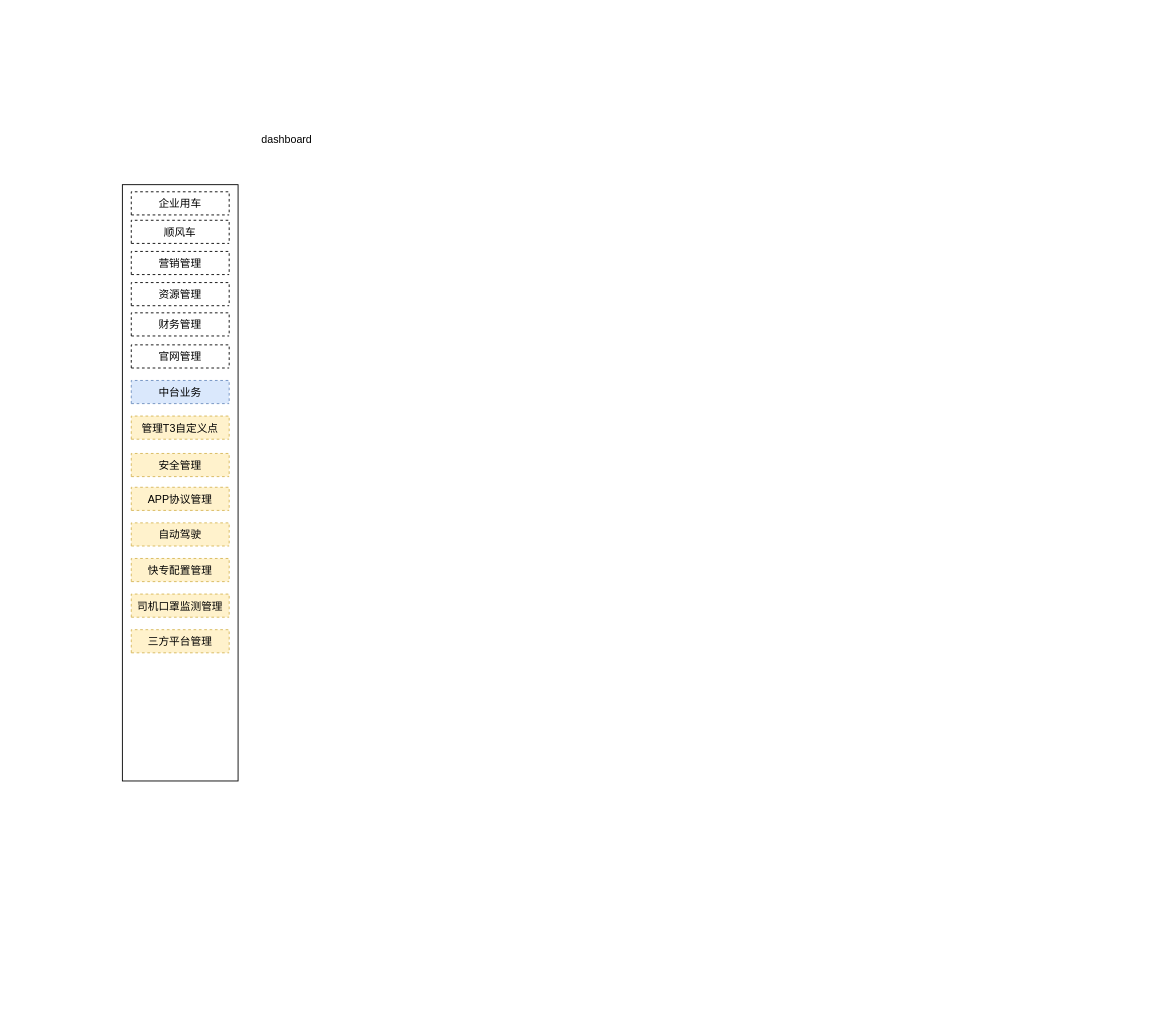
Above: micro-admin-menu.drawio in sfyr111/draw (draw.io), before the change. Source tidied: cells renumbered, new cells numbered last; positions are measured from the earlier drawing's top-left corner, leaving out a move shared by most shapes. Both pictures are drawn from the tidied source at 89%, with x=0, y=0 at pixel (122, 131).
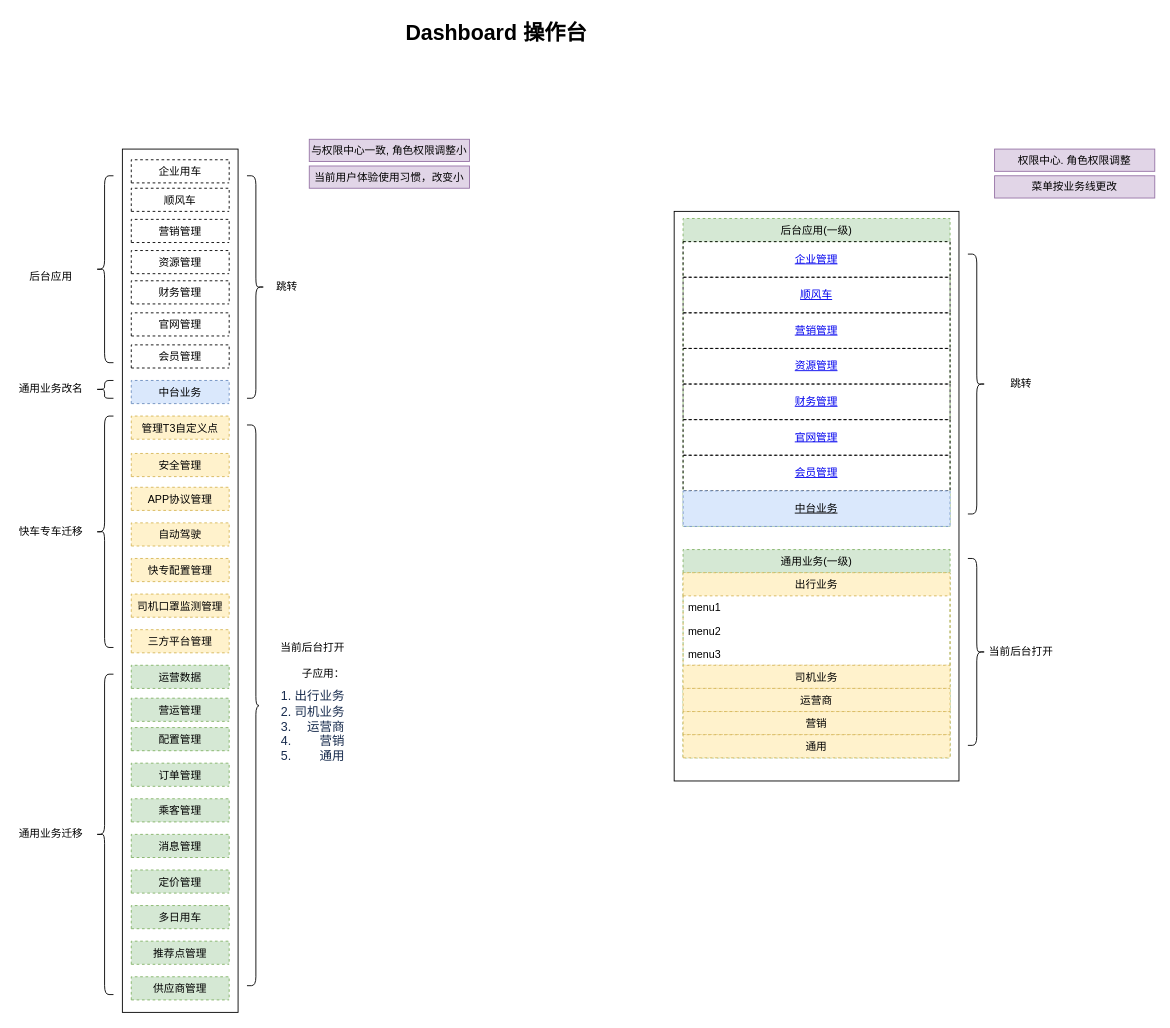
The same page after the edit.

Change to the diagram source:
```diff
@@
     <mxCell id="2" style="rounded=0;whiteSpace=wrap;html=1;" parent="1" vertex="1">
-      <mxGeometry y="60" width="130" height="670" as="geometry" />
+      <mxGeometry y="20" width="130" height="970" as="geometry" />
     </mxCell>
-    <mxCell id="3" value="dashboard" style="text;html=1;strokeColor=none;fillColor=none;align=center;verticalAlign=middle;whiteSpace=wrap;rounded=0;" parent="1" vertex="1">
-      <mxGeometry x="150" width="70" height="20" as="geometry" />
-    </mxCell>
     <mxCell id="4" value="企业用车" style="swimlane;fontStyle=0;horizontal=1;startSize=26;fillColor=none;dashed=1;" parent="1" vertex="1" collapsed="1">
-      <mxGeometry x="10" y="68" width="110" height="26" as="geometry" />
+      <mxGeometry x="10" y="32" width="110" height="26" as="geometry" />
     </mxCell>
     <mxCell id="5" value="顺风车" style="swimlane;fontStyle=0;horizontal=1;startSize=26;fillColor=none;dashed=1;" parent="1" vertex="1" collapsed="1">
-      <mxGeometry x="10" y="100" width="110" height="26" as="geometry" />
+      <mxGeometry x="10" y="64" width="110" height="26" as="geometry" />
     </mxCell>
     <mxCell id="6" value="营销管理" style="swimlane;fontStyle=0;horizontal=1;startSize=26;fillColor=none;dashed=1;" parent="1" vertex="1" collapsed="1">
-      <mxGeometry x="10" y="135" width="110" height="26" as="geometry" />
+      <mxGeometry x="10" y="99" width="110" height="26" as="geometry" />
     </mxCell>
     <mxCell id="7" value="资源管理" style="swimlane;fontStyle=0;horizontal=1;startSize=26;fillColor=none;dashed=1;" parent="1" vertex="1" collapsed="1">
-      <mxGeometry x="10" y="170" width="110" height="26" as="geometry" />
+      <mxGeometry x="10" y="134" width="110" height="26" as="geometry" />
     </mxCell>
     <mxCell id="8" value="财务管理" style="swimlane;fontStyle=0;horizontal=1;startSize=26;fillColor=none;dashed=1;" parent="1" vertex="1" collapsed="1">
-      <mxGeometry x="10" y="204" width="110" height="26" as="geometry" />
+      <mxGeometry x="10" y="168" width="110" height="26" as="geometry" />
     </mxCell>
     <mxCell id="9" value="官网管理" style="swimlane;fontStyle=0;horizontal=1;startSize=26;fillColor=none;dashed=1;" parent="1" vertex="1" collapsed="1">
-      <mxGeometry x="10" y="240" width="110" height="26" as="geometry" />
+      <mxGeometry x="10" y="204" width="110" height="26" as="geometry" />
     </mxCell>
@@
+    <mxCell id="18" value="运营数据" style="swimlane;fontStyle=0;horizontal=1;startSize=26;fillColor=#d5e8d4;dashed=1;strokeColor=#82b366;" parent="1" vertex="1" collapsed="1">
+      <mxGeometry x="10" y="600" width="110" height="26" as="geometry" />
+    </mxCell>
+    <mxCell id="19" value="营运管理" style="swimlane;fontStyle=0;horizontal=1;startSize=26;fillColor=#d5e8d4;dashed=1;strokeColor=#82b366;" parent="1" vertex="1" collapsed="1">
+      <mxGeometry x="10" y="637" width="110" height="26" as="geometry" />
+    </mxCell>
+    <mxCell id="20" value="配置管理" style="swimlane;fontStyle=0;horizontal=1;startSize=26;fillColor=#d5e8d4;dashed=1;strokeColor=#82b366;" parent="1" vertex="1" collapsed="1">
+      <mxGeometry x="10" y="670" width="110" height="26" as="geometry" />
+    </mxCell>
+    <mxCell id="21" value="订单管理" style="swimlane;fontStyle=0;horizontal=1;startSize=26;fillColor=#d5e8d4;dashed=1;strokeColor=#82b366;" parent="1" vertex="1" collapsed="1">
+      <mxGeometry x="10" y="710" width="110" height="26" as="geometry" />
+    </mxCell>
+    <mxCell id="22" value="乘客管理" style="swimlane;fontStyle=0;horizontal=1;startSize=26;fillColor=#d5e8d4;dashed=1;strokeColor=#82b366;" parent="1" vertex="1" collapsed="1">
+      <mxGeometry x="10" y="750" width="110" height="26" as="geometry" />
+    </mxCell>
+    <mxCell id="23" value="消息管理" style="swimlane;fontStyle=0;horizontal=1;startSize=26;fillColor=#d5e8d4;dashed=1;strokeColor=#82b366;" parent="1" vertex="1" collapsed="1">
+      <mxGeometry x="10" y="790" width="110" height="26" as="geometry" />
+    </mxCell>
+    <mxCell id="24" value="定价管理" style="swimlane;fontStyle=0;horizontal=1;startSize=26;fillColor=#d5e8d4;dashed=1;strokeColor=#82b366;" parent="1" vertex="1" collapsed="1">
+      <mxGeometry x="10" y="830" width="110" height="26" as="geometry" />
+    </mxCell>
+    <mxCell id="25" value="多日用车" style="swimlane;fontStyle=0;horizontal=1;startSize=26;fillColor=#d5e8d4;dashed=1;strokeColor=#82b366;" parent="1" vertex="1" collapsed="1">
+      <mxGeometry x="10" y="870" width="110" height="26" as="geometry" />
+    </mxCell>
+    <mxCell id="26" value="推荐点管理" style="swimlane;fontStyle=0;horizontal=1;startSize=26;fillColor=#d5e8d4;dashed=1;strokeColor=#82b366;" parent="1" vertex="1" collapsed="1">
+      <mxGeometry x="10" y="910" width="110" height="26" as="geometry" />
+    </mxCell>
+    <mxCell id="27" value="供应商管理" style="swimlane;fontStyle=0;horizontal=1;startSize=26;fillColor=#d5e8d4;dashed=1;strokeColor=#82b366;" parent="1" vertex="1" collapsed="1">
+      <mxGeometry x="10" y="950" width="110" height="26" as="geometry" />
+    </mxCell>
+    <mxCell id="28" style="shape=curlyBracket;whiteSpace=wrap;html=1;rounded=1;align=right;" parent="1" vertex="1">
+      <mxGeometry x="-30" y="320" width="20" height="260" as="geometry" />
+    </mxCell>
+    <mxCell id="29" style="shape=curlyBracket;whiteSpace=wrap;html=1;rounded=1;align=right;" parent="1" vertex="1">
+      <mxGeometry x="-30" y="610" width="20" height="360" as="geometry" />
+    </mxCell>
+    <mxCell id="30" value="快车专车迁移" style="text;html=1;strokeColor=none;fillColor=none;align=center;verticalAlign=middle;whiteSpace=wrap;rounded=0;" parent="1" vertex="1">
+      <mxGeometry x="-120" y="440" width="80" height="20" as="geometry" />
+    </mxCell>
+    <mxCell id="31" value="通用业务迁移" style="text;html=1;strokeColor=none;fillColor=none;align=center;verticalAlign=middle;whiteSpace=wrap;rounded=0;" parent="1" vertex="1">
+      <mxGeometry x="-120" y="780" width="80" height="20" as="geometry" />
+    </mxCell>
+    <mxCell id="32" style="shape=curlyBracket;whiteSpace=wrap;html=1;rounded=1;align=right;" parent="1" vertex="1">
+      <mxGeometry x="-30" y="280" width="20" height="20" as="geometry" />
+    </mxCell>
+    <mxCell id="33" value="通用业务改名" style="text;html=1;strokeColor=none;fillColor=none;align=center;verticalAlign=middle;whiteSpace=wrap;rounded=0;" parent="1" vertex="1">
+      <mxGeometry x="-120" y="280" width="80" height="20" as="geometry" />
+    </mxCell>
+    <mxCell id="34" style="shape=curlyBracket;whiteSpace=wrap;html=1;rounded=1;align=right;" parent="1" vertex="1">
+      <mxGeometry x="-30" y="50" width="20" height="210" as="geometry" />
+    </mxCell>
+    <mxCell id="35" value="后台应用" style="text;html=1;strokeColor=none;fillColor=none;align=center;verticalAlign=middle;whiteSpace=wrap;rounded=0;" parent="1" vertex="1">
+      <mxGeometry x="-120" y="154" width="80" height="20" as="geometry" />
+    </mxCell>
+    <mxCell id="36" style="shape=curlyBracket;whiteSpace=wrap;html=1;rounded=1;align=right;direction=west;" parent="1" vertex="1">
+      <mxGeometry x="140" y="50" width="20" height="250" as="geometry" />
+    </mxCell>
+    <mxCell id="37" value="跳转" style="text;html=1;strokeColor=none;fillColor=none;align=center;verticalAlign=middle;whiteSpace=wrap;rounded=0;" parent="1" vertex="1">
+      <mxGeometry x="145" y="165" width="80" height="20" as="geometry" />
+    </mxCell>
+    <mxCell id="38" style="shape=curlyBracket;whiteSpace=wrap;html=1;rounded=1;align=right;direction=west;" parent="1" vertex="1">
+      <mxGeometry x="140" y="330" width="20" height="630" as="geometry" />
+    </mxCell>
+    <mxCell id="39" value="&lt;span style=&quot;text-align: center&quot;&gt;&lt;br&gt;&lt;br&gt;当前后台打开&lt;br&gt;&lt;br&gt;子应用：&lt;br&gt;&lt;/span&gt;&lt;ol style=&quot;margin: 10px 0px 0px ; color: rgb(23 , 43 , 77) ; font-family: , &amp;#34;blinkmacsystemfont&amp;#34; , &amp;#34;segoe ui&amp;#34; , &amp;#34;roboto&amp;#34; , &amp;#34;oxygen&amp;#34; , &amp;#34;ubuntu&amp;#34; , &amp;#34;fira sans&amp;#34; , &amp;#34;droid sans&amp;#34; , &amp;#34;helvetica neue&amp;#34; , sans-serif ; font-size: 14px ; background-color: rgb(255 , 255 , 255)&quot;&gt;&lt;li&gt;出行业务&lt;/li&gt;&lt;li&gt;司机业务&lt;/li&gt;&lt;li&gt;运营商&lt;/li&gt;&lt;li&gt;营销&lt;/li&gt;&lt;li&gt;通用&lt;/li&gt;&lt;/ol&gt;" style="text;html=1;strokeColor=none;fillColor=none;spacing=5;spacingTop=-20;whiteSpace=wrap;overflow=hidden;rounded=0;align=right;" parent="1" vertex="1">
+      <mxGeometry x="145" y="555" width="110" height="190" as="geometry" />
+    </mxCell>
+    <mxCell id="40" style="rounded=0;whiteSpace=wrap;html=1;" parent="1" vertex="1">
+      <mxGeometry x="620" y="90" width="320" height="640" as="geometry" />
+    </mxCell>
+    <mxCell id="41" value="后台应用(一级)" style="swimlane;fontStyle=0;horizontal=1;startSize=26;fillColor=#d5e8d4;dashed=1;strokeColor=#82b366;" parent="1" vertex="1">
+      <mxGeometry x="630" y="98" width="300" height="346" as="geometry" />
+    </mxCell>
+    <mxCell id="42" value="企业管理" style="text;html=1;fillColor=none;whiteSpace=wrap;align=center;verticalAlign=middle;fontColor=#0000EE;fontStyle=4;dashed=1;strokeColor=#000000;" parent="41" vertex="1">
+      <mxGeometry y="26" width="300" height="40" as="geometry" />
+    </mxCell>
+    <mxCell id="43" value="顺风车" style="text;html=1;fillColor=none;whiteSpace=wrap;align=center;verticalAlign=middle;fontColor=#0000EE;fontStyle=4;dashed=1;strokeColor=#000000;" parent="41" vertex="1">
+      <mxGeometry y="66" width="300" height="40" as="geometry" />
+    </mxCell>
+    <mxCell id="44" value="营销管理" style="text;html=1;fillColor=none;whiteSpace=wrap;align=center;verticalAlign=middle;fontColor=#0000EE;fontStyle=4;dashed=1;strokeColor=#000000;" parent="41" vertex="1">
+      <mxGeometry y="106" width="300" height="40" as="geometry" />
+    </mxCell>
+    <mxCell id="45" value="资源管理" style="text;html=1;fillColor=none;whiteSpace=wrap;align=center;verticalAlign=middle;fontColor=#0000EE;fontStyle=4;dashed=1;strokeColor=#000000;" parent="41" vertex="1">
+      <mxGeometry y="146" width="300" height="40" as="geometry" />
+    </mxCell>
+    <mxCell id="46" value="财务管理" style="text;html=1;fillColor=none;whiteSpace=wrap;align=center;verticalAlign=middle;fontColor=#0000EE;fontStyle=4;dashed=1;strokeColor=#000000;" parent="41" vertex="1">
+      <mxGeometry y="186" width="300" height="40" as="geometry" />
+    </mxCell>
+    <mxCell id="47" value="官网管理" style="text;html=1;fillColor=none;whiteSpace=wrap;align=center;verticalAlign=middle;fontColor=#0000EE;fontStyle=4;dashed=1;strokeColor=#000000;" parent="41" vertex="1">
+      <mxGeometry y="226" width="300" height="40" as="geometry" />
+    </mxCell>
+    <mxCell id="48" value="会员管理" style="text;html=1;fillColor=none;whiteSpace=wrap;align=center;verticalAlign=middle;fontColor=#0000EE;fontStyle=4;dashed=1;strokeColor=#000000;" parent="41" vertex="1">
+      <mxGeometry y="266" width="300" height="40" as="geometry" />
+    </mxCell>
+    <mxCell id="49" value="中台业务" style="text;html=1;fillColor=#dae8fc;whiteSpace=wrap;align=center;verticalAlign=middle;fontStyle=4;dashed=1;strokeColor=#6c8ebf;" parent="41" vertex="1">
+      <mxGeometry y="306" width="300" height="40" as="geometry" />
+    </mxCell>
+    <mxCell id="50" value="会员管理" style="swimlane;fontStyle=0;horizontal=1;startSize=26;fillColor=none;dashed=1;" parent="1" vertex="1" collapsed="1">
+      <mxGeometry x="10" y="240" width="110" height="26" as="geometry" />
+    </mxCell>
+    <mxCell id="51" value="通用业务(一级)" style="swimlane;fontStyle=0;horizontal=1;startSize=26;fillColor=#d5e8d4;dashed=1;strokeColor=#82b366;" parent="1" vertex="1">
+      <mxGeometry x="630" y="470" width="300" height="234" as="geometry" />
+    </mxCell>
+    <mxCell id="52" value="出行业务" style="swimlane;fontStyle=0;horizontal=1;startSize=26;fillColor=#fff2cc;dashed=1;strokeColor=#d6b656;align=center;" parent="51" vertex="1">
+      <mxGeometry y="26" width="300" height="104" as="geometry" />
+    </mxCell>
+    <mxCell id="53" value="menu1" style="text;strokeColor=none;fillColor=none;align=left;verticalAlign=top;spacingLeft=4;spacingRight=4;overflow=hidden;" parent="52" vertex="1">
+      <mxGeometry y="26" width="300" height="26" as="geometry" />
+    </mxCell>
+    <mxCell id="54" value="menu2" style="text;strokeColor=none;fillColor=none;align=left;verticalAlign=top;spacingLeft=4;spacingRight=4;overflow=hidden;" parent="52" vertex="1">
+      <mxGeometry y="52" width="300" height="26" as="geometry" />
+    </mxCell>
+    <mxCell id="55" value="menu3" style="text;strokeColor=none;fillColor=none;align=left;verticalAlign=top;spacingLeft=4;spacingRight=4;overflow=hidden;" parent="52" vertex="1">
+      <mxGeometry y="78" width="300" height="26" as="geometry" />
+    </mxCell>
+    <mxCell id="56" value="司机业务" style="swimlane;fontStyle=0;horizontal=1;startSize=26;fillColor=#fff2cc;dashed=1;strokeColor=#d6b656;align=center;" parent="51" vertex="1" collapsed="1">
+      <mxGeometry y="130" width="300" height="26" as="geometry" />
+    </mxCell>
+    <mxCell id="57" value="运营商" style="swimlane;fontStyle=0;horizontal=1;startSize=26;fillColor=#fff2cc;dashed=1;strokeColor=#d6b656;align=center;" parent="51" vertex="1" collapsed="1">
+      <mxGeometry y="156" width="300" height="26" as="geometry" />
+    </mxCell>
+    <mxCell id="58" value="营销" style="swimlane;fontStyle=0;horizontal=1;startSize=26;fillColor=#fff2cc;dashed=1;strokeColor=#d6b656;align=center;" parent="51" vertex="1" collapsed="1">
+      <mxGeometry y="182" width="300" height="26" as="geometry" />
+    </mxCell>
+    <mxCell id="59" value="通用" style="swimlane;fontStyle=0;horizontal=1;startSize=26;fillColor=#fff2cc;dashed=1;strokeColor=#d6b656;align=center;" parent="51" vertex="1" collapsed="1">
+      <mxGeometry y="208" width="300" height="26" as="geometry" />
+    </mxCell>
+    <mxCell id="60" style="shape=curlyBracket;whiteSpace=wrap;html=1;rounded=1;align=right;direction=west;" parent="1" vertex="1">
+      <mxGeometry x="950" y="138" width="20" height="292" as="geometry" />
+    </mxCell>
+    <mxCell id="61" value="跳转" style="text;html=1;strokeColor=none;fillColor=none;align=center;verticalAlign=middle;whiteSpace=wrap;rounded=0;" parent="1" vertex="1">
+      <mxGeometry x="970" y="274" width="80" height="20" as="geometry" />
+    </mxCell>
+    <mxCell id="62" style="shape=curlyBracket;whiteSpace=wrap;html=1;rounded=1;align=right;direction=west;" parent="1" vertex="1">
+      <mxGeometry x="950" y="480" width="20" height="210" as="geometry" />
+    </mxCell>
+    <mxCell id="63" value="当前后台打开" style="text;html=1;strokeColor=none;fillColor=none;align=center;verticalAlign=middle;whiteSpace=wrap;rounded=0;" parent="1" vertex="1">
+      <mxGeometry x="970" y="575" width="80" height="20" as="geometry" />
+    </mxCell>
+    <mxCell id="64" value="Dashboard 操作台" style="text;strokeColor=none;fillColor=none;html=1;fontSize=24;fontStyle=1;verticalAlign=middle;align=center;dashed=1;" parent="1" vertex="1">
+      <mxGeometry x="310" y="-130" width="220" height="40" as="geometry" />
+    </mxCell>
+    <mxCell id="65" value="权限中心. 角色权限调整" style="text;html=1;strokeColor=#9673a6;fillColor=#e1d5e7;align=center;verticalAlign=middle;whiteSpace=wrap;rounded=0;" parent="1" vertex="1">
+      <mxGeometry x="980" y="20" width="180" height="25" as="geometry" />
+    </mxCell>
+    <mxCell id="66" value="菜单按业务线更改" style="text;html=1;strokeColor=#9673a6;fillColor=#e1d5e7;align=center;verticalAlign=middle;whiteSpace=wrap;rounded=0;" parent="1" vertex="1">
+      <mxGeometry x="980" y="50" width="180" height="25" as="geometry" />
+    </mxCell>
+    <mxCell id="67" value="与权限中心一致, 角色权限调整小" style="text;html=1;strokeColor=#9673a6;fillColor=#e1d5e7;align=center;verticalAlign=middle;whiteSpace=wrap;rounded=0;" parent="1" vertex="1">
+      <mxGeometry x="210" y="9" width="180" height="25" as="geometry" />
+    </mxCell>
+    <mxCell id="68" value="当前用户体验使用习惯，改变小" style="text;html=1;strokeColor=#9673a6;fillColor=#e1d5e7;align=center;verticalAlign=middle;whiteSpace=wrap;rounded=0;" parent="1" vertex="1">
+      <mxGeometry x="210" y="39" width="180" height="25" as="geometry" />
+    </mxCell>
```
